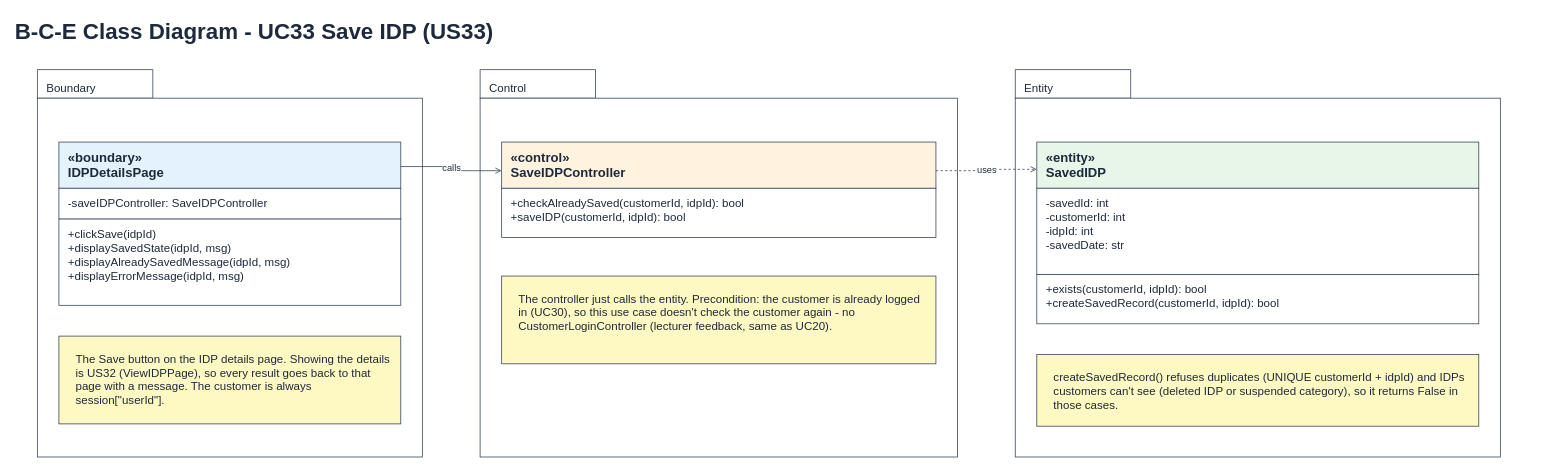
Hanzxc/CSIT314-ARCHSS keeps this draw.io diagram as page "5 BCE Class Diagram" (5 of 6) of Sprint_4/US33 - Save IDP/US33 Save IDP.drawio. Above is the earlier version. Source tidied: cells renumbered, new cells numbered last; positions are measured from the earlier drawing's top-left corner, leaving out a move shared by most shapes. Both pictures are drawn from the tidied source at 77%, with x=0, y=0 at pixel (13, 13).
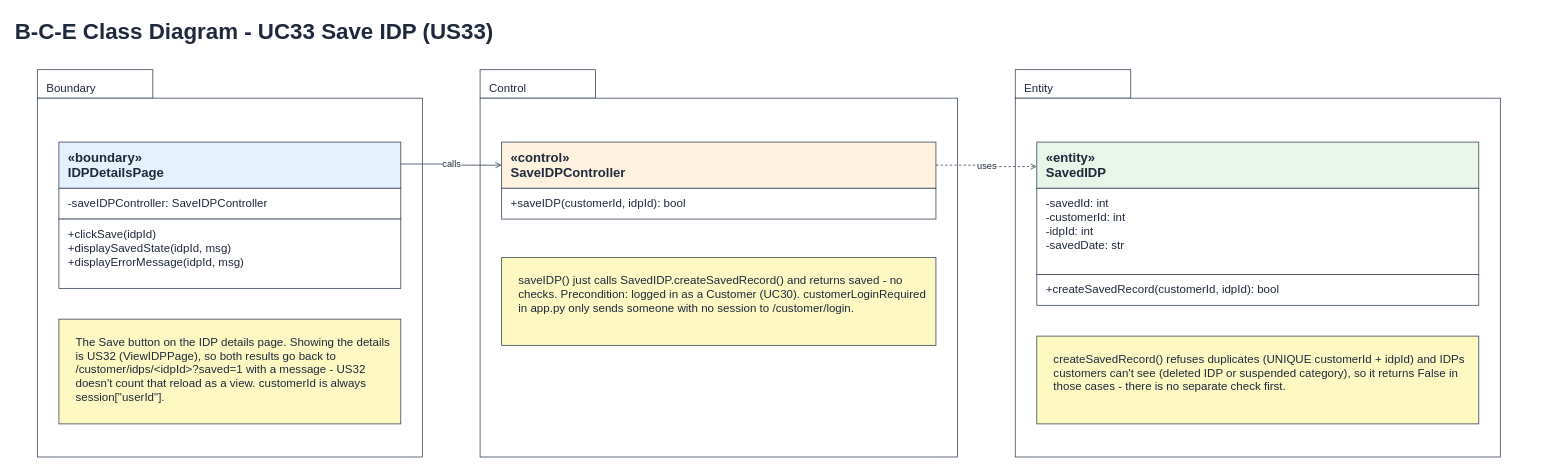
The same page after the edit.

Diff of the diagram source:
```diff
@@
-    <mxCell id="11" value="+clickSave(idpId)&lt;br&gt;+displaySavedState(idpId, msg)&lt;br&gt;+displayAlreadySavedMessage(idpId, msg)&lt;br&gt;+displayErrorMessage(idpId, msg)" style="rounded=0;whiteSpace=wrap;html=1;fillColor=#ffffff;strokeColor=#334155;align=left;verticalAlign=top;spacingLeft=10;spacingTop=4;fontSize=15;fontColor=#1e293b;" parent="1" vertex="1">
-      <mxGeometry x="59" y="267" width="444" height="112" as="geometry" />
+    <mxCell id="11" value="+clickSave(idpId)&lt;br&gt;+displaySavedState(idpId, msg)&lt;br&gt;+displayErrorMessage(idpId, msg)" style="rounded=0;whiteSpace=wrap;html=1;fillColor=#ffffff;strokeColor=#334155;align=left;verticalAlign=top;spacingLeft=10;spacingTop=4;fontSize=15;fontColor=#1e293b;" parent="1" vertex="1">
+      <mxGeometry x="59" y="267" width="444" height="90" as="geometry" />
     </mxCell>
     <mxCell id="12" style="rounded=0;html=1;fillColor=none;strokeColor=none;" parent="1" vertex="1">
-      <mxGeometry x="59" y="167" width="444" height="212" as="geometry" />
+      <mxGeometry x="59" y="167" width="444" height="190" as="geometry" />
     </mxCell>
-    <mxCell id="13" value="The Save button on the IDP details page. Showing the details is US32 (ViewIDPPage), so every result goes back to that page with a message. The customer is always session[&quot;userId&quot;]." style="rounded=0;whiteSpace=wrap;html=1;fillColor=#fef9c3;strokeColor=#334155;align=left;verticalAlign=top;spacingLeft=10;spacingTop=4;fontSize=15;fontColor=#1e293b;whiteSpace=wrap;spacing=12;" parent="1" vertex="1">
-      <mxGeometry x="59" y="419" width="444" height="114" as="geometry" />
+    <mxCell id="13" value="The Save button on the IDP details page. Showing the details is US32 (ViewIDPPage), so both results go back to /customer/idps/&amp;lt;idpId&amp;gt;?saved=1 with a message - US32 doesn't count that reload as a view. customerId is always session[&quot;userId&quot;]." style="rounded=0;whiteSpace=wrap;html=1;fillColor=#fef9c3;strokeColor=#334155;align=left;verticalAlign=top;spacingLeft=10;spacingTop=4;fontSize=15;fontColor=#1e293b;whiteSpace=wrap;spacing=12;" parent="1" vertex="1">
+      <mxGeometry x="59" y="397" width="444" height="136" as="geometry" />
     </mxCell>
@@
-    <mxCell id="15" value="+checkAlreadySaved(customerId, idpId): bool&lt;br&gt;+saveIDP(customerId, idpId): bool" style="rounded=0;whiteSpace=wrap;html=1;fillColor=#ffffff;strokeColor=#334155;align=left;verticalAlign=top;spacingLeft=10;spacingTop=4;fontSize=15;fontColor=#1e293b;" parent="1" vertex="1">
-      <mxGeometry x="634" y="227" width="564" height="64" as="geometry" />
+    <mxCell id="15" value="+saveIDP(customerId, idpId): bool" style="rounded=0;whiteSpace=wrap;html=1;fillColor=#ffffff;strokeColor=#334155;align=left;verticalAlign=top;spacingLeft=10;spacingTop=4;fontSize=15;fontColor=#1e293b;" parent="1" vertex="1">
+      <mxGeometry x="634" y="227" width="564" height="40" as="geometry" />
     </mxCell>
     <mxCell id="16" style="rounded=0;html=1;fillColor=none;strokeColor=none;" parent="1" vertex="1">
-      <mxGeometry x="634" y="167" width="564" height="124" as="geometry" />
+      <mxGeometry x="634" y="167" width="564" height="100" as="geometry" />
     </mxCell>
-    <mxCell id="17" value="The controller just calls the entity. Precondition: the customer is already logged in (UC30), so this use case doesn't check the customer again - no CustomerLoginController (lecturer feedback, same as UC20)." style="rounded=0;whiteSpace=wrap;html=1;fillColor=#fef9c3;strokeColor=#334155;align=left;verticalAlign=top;spacingLeft=10;spacingTop=4;fontSize=15;fontColor=#1e293b;whiteSpace=wrap;spacing=12;" parent="1" vertex="1">
-      <mxGeometry x="634" y="341" width="564" height="114" as="geometry" />
+    <mxCell id="17" value="saveIDP() just calls SavedIDP.createSavedRecord() and returns saved - no checks. Precondition: logged in as a Customer (UC30). customerLoginRequired in app.py only sends someone with no session to /customer/login." style="rounded=0;whiteSpace=wrap;html=1;fillColor=#fef9c3;strokeColor=#334155;align=left;verticalAlign=top;spacingLeft=10;spacingTop=4;fontSize=15;fontColor=#1e293b;whiteSpace=wrap;spacing=12;" parent="1" vertex="1">
+      <mxGeometry x="634" y="317" width="564" height="114" as="geometry" />
     </mxCell>
@@
-    <mxCell id="20" value="+exists(customerId, idpId): bool&lt;br&gt;+createSavedRecord(customerId, idpId): bool" style="rounded=0;whiteSpace=wrap;html=1;fillColor=#ffffff;strokeColor=#334155;align=left;verticalAlign=top;spacingLeft=10;spacingTop=4;fontSize=15;fontColor=#1e293b;" parent="1" vertex="1">
-      <mxGeometry x="1329" y="339" width="574" height="64" as="geometry" />
+    <mxCell id="20" value="+createSavedRecord(customerId, idpId): bool" style="rounded=0;whiteSpace=wrap;html=1;fillColor=#ffffff;strokeColor=#334155;align=left;verticalAlign=top;spacingLeft=10;spacingTop=4;fontSize=15;fontColor=#1e293b;" parent="1" vertex="1">
+      <mxGeometry x="1329" y="339" width="574" height="40" as="geometry" />
     </mxCell>
     <mxCell id="21" style="rounded=0;html=1;fillColor=none;strokeColor=none;" parent="1" vertex="1">
-      <mxGeometry x="1329" y="167" width="574" height="236" as="geometry" />
+      <mxGeometry x="1329" y="167" width="574" height="212" as="geometry" />
     </mxCell>
-    <mxCell id="22" value="createSavedRecord() refuses duplicates (UNIQUE customerId + idpId) and IDPs customers can't see (deleted IDP or suspended category), so it returns False in those cases." style="rounded=0;whiteSpace=wrap;html=1;fillColor=#fef9c3;strokeColor=#334155;align=left;verticalAlign=top;spacingLeft=10;spacingTop=4;fontSize=15;fontColor=#1e293b;whiteSpace=wrap;spacing=12;" parent="1" vertex="1">
-      <mxGeometry x="1329" y="443" width="574" height="93" as="geometry" />
+    <mxCell id="22" value="createSavedRecord() refuses duplicates (UNIQUE customerId + idpId) and IDPs customers can't see (deleted IDP or suspended category), so it returns False in those cases - there is no separate check first." style="rounded=0;whiteSpace=wrap;html=1;fillColor=#fef9c3;strokeColor=#334155;align=left;verticalAlign=top;spacingLeft=10;spacingTop=4;fontSize=15;fontColor=#1e293b;whiteSpace=wrap;spacing=12;" parent="1" vertex="1">
+      <mxGeometry x="1329" y="419" width="574" height="114" as="geometry" />
     </mxCell>
```
